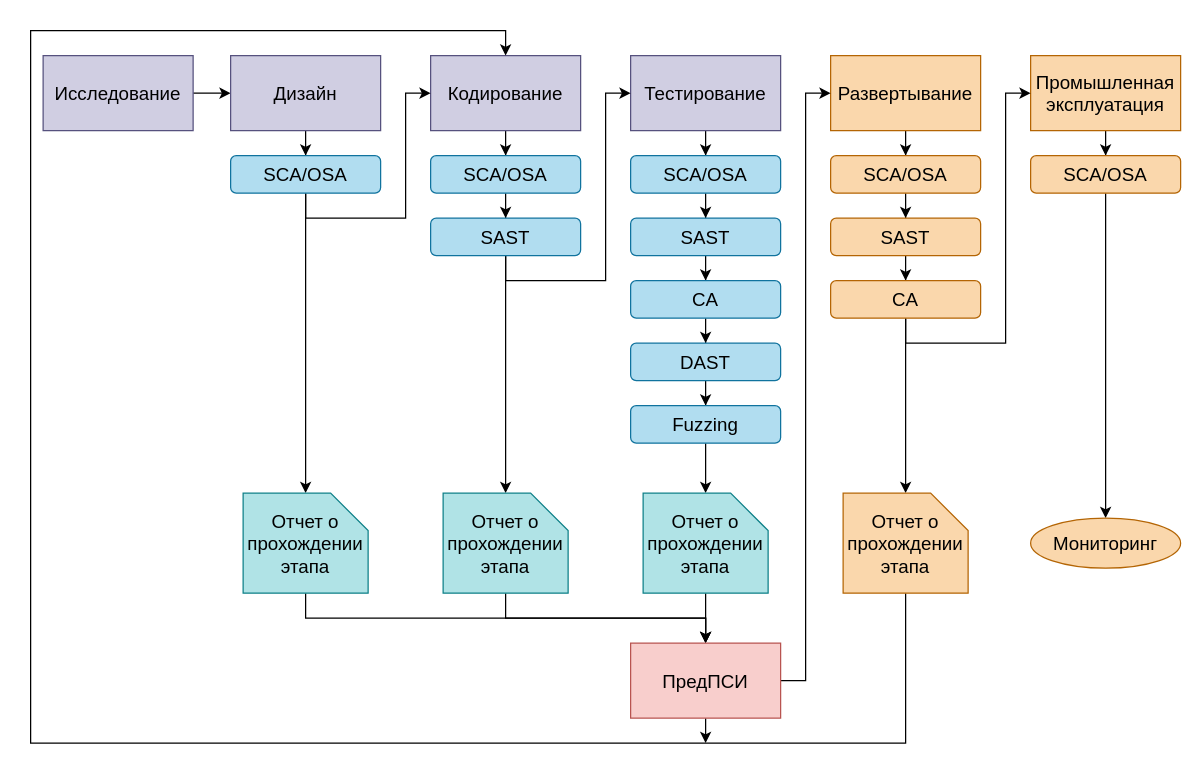
GoluzinaD/Python keeps this draw.io diagram as page "Этапы" (5 of 8) of Untitled Diagram2.drawio. Above is the earlier version. Source tidied: cells renumbered, new cells numbered last; positions are measured from the earlier drawing's top-left corner, leaving out a move shared by most shapes. Both pictures are drawn from the tidied source at 125%, with x=0, y=0 at pixel (30, 30).
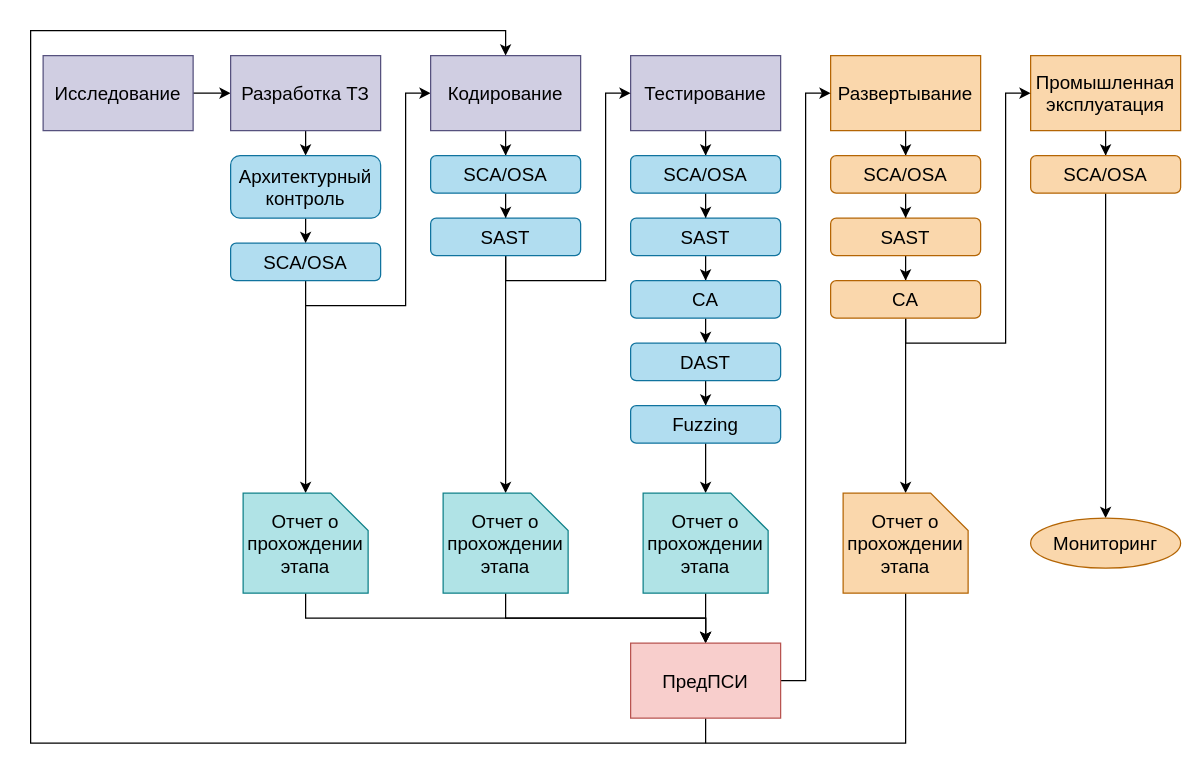
The same page after the edit.

Unchanged cells that the change refers to:
```xml
<mxCell id="7" value="Кодирование" style="rounded=0;whiteSpace=wrap;html=1;fontSize=15;fillColor=#d0cee2;strokeColor=#56517e;" parent="1" vertex="1">
  <mxGeometry x="320" y="20" width="120" height="60" as="geometry" />
</mxCell>
<mxCell id="52" value="ПредПСИ" style="rounded=0;whiteSpace=wrap;html=1;fontSize=15;fillColor=#f8cecc;strokeColor=#b85450;" parent="1" vertex="1">
  <mxGeometry x="480" y="490" width="120" height="60" as="geometry" />
</mxCell>
```

Diff of the diagram source:
```diff
@@
-    <mxCell id="4" style="edgeStyle=orthogonalEdgeStyle;rounded=0;jettySize=auto;html=1;entryX=0.5;entryY=0;entryDx=0;entryDy=0;fontSize=15;" parent="1" edge="1" source="5" target="18">
-      <mxGeometry relative="1" as="geometry" />
-    </mxCell>
+    <mxCell id="53" style="edgeStyle=orthogonalEdgeStyle;rounded=1;jettySize=auto;html=1;" parent="1" edge="1" source="5" target="56">
+      <mxGeometry relative="1" as="geometry" />
+    </mxCell>
-    <mxCell id="5" value="Дизайн" style="rounded=0;whiteSpace=wrap;html=1;fontSize=15;fillColor=#d0cee2;strokeColor=#56517e;" parent="1" vertex="1">
+    <mxCell id="5" value="Разработка ТЗ" style="rounded=0;whiteSpace=wrap;html=1;fontSize=15;fillColor=#d0cee2;strokeColor=#56517e;" parent="1" vertex="1">
       <mxGeometry x="160" y="20" width="120" height="60" as="geometry" />
     </mxCell>
@@
+    <mxCell id="54" style="edgeStyle=orthogonalEdgeStyle;rounded=0;jettySize=auto;html=1;startArrow=classic;startFill=1;endArrow=none;endFill=0;" parent="1" edge="1" source="7">
+      <mxGeometry relative="1" as="geometry">
+        <mxPoint x="220" y="220" as="targetPoint" />
+        <Array as="points">
+          <mxPoint x="300" y="50" />
+          <mxPoint x="300" y="220" />
+          <mxPoint x="220" y="220" />
+        </Array>
+      </mxGeometry>
+    </mxCell>
@@
-    <mxCell id="16" style="edgeStyle=orthogonalEdgeStyle;rounded=0;jettySize=auto;html=1;entryX=0;entryY=0.5;entryDx=0;entryDy=0;fontSize=15;" parent="1" edge="1" source="18" target="7">
-      <mxGeometry relative="1" as="geometry">
-        <Array as="points">
-          <mxPoint x="220" y="150" />
-          <mxPoint x="300" y="150" />
-          <mxPoint x="300" y="50" />
-        </Array>
-      </mxGeometry>
-    </mxCell>
@@
     <mxCell id="18" value="SCA/OSA" style="rounded=1;whiteSpace=wrap;html=1;fontSize=15;fillColor=#b1ddf0;strokeColor=#10739e;" parent="1" vertex="1">
-      <mxGeometry x="160" y="100" width="120" height="30" as="geometry" />
+      <mxGeometry x="160" y="170" width="120" height="30" as="geometry" />
     </mxCell>
@@
-    <mxCell id="51" style="edgeStyle=orthogonalEdgeStyle;rounded=0;jettySize=auto;html=1;fontSize=15;strokeColor=#000000;" parent="1" edge="1" source="52">
+    <mxCell id="51" style="edgeStyle=orthogonalEdgeStyle;rounded=0;jettySize=auto;html=1;fontSize=15;strokeColor=#000000;endArrow=none;endFill=0;" parent="1" edge="1" source="52">
       <mxGeometry relative="1" as="geometry">
         <mxPoint x="540" y="570" as="targetPoint" />
         <Array as="points">
           <mxPoint x="540" y="570" />
           <mxPoint x="540" y="570" />
         </Array>
       </mxGeometry>
     </mxCell>
@@
+    <mxCell id="55" style="edgeStyle=orthogonalEdgeStyle;rounded=1;jettySize=auto;html=1;" parent="1" edge="1" source="56" target="18">
+      <mxGeometry relative="1" as="geometry" />
+    </mxCell>
+    <mxCell id="56" value="Архитектурный контроль" style="rounded=1;whiteSpace=wrap;html=1;fontSize=15;fillColor=#b1ddf0;strokeColor=#10739e;" parent="1" vertex="1">
+      <mxGeometry x="160" y="100" width="120" height="50" as="geometry" />
+    </mxCell>
```
